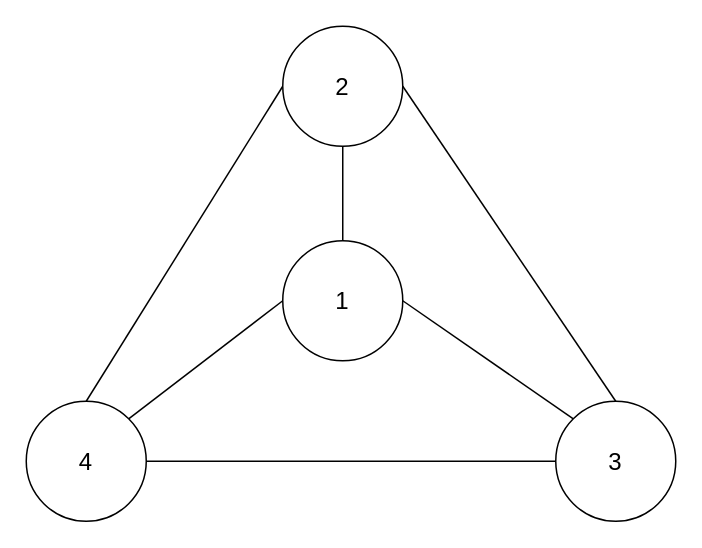
Above: Leetcode/1782.drawio in NoFruit/Draw.io (draw.io), before the change. Source tidied: cells renumbered, new cells numbered last; positions are measured from the earlier drawing's top-left corner, leaving out a move shared by most shapes. Both pictures are drawn from the tidied source at 150%, with x=0, y=0 at pixel (26, 26).
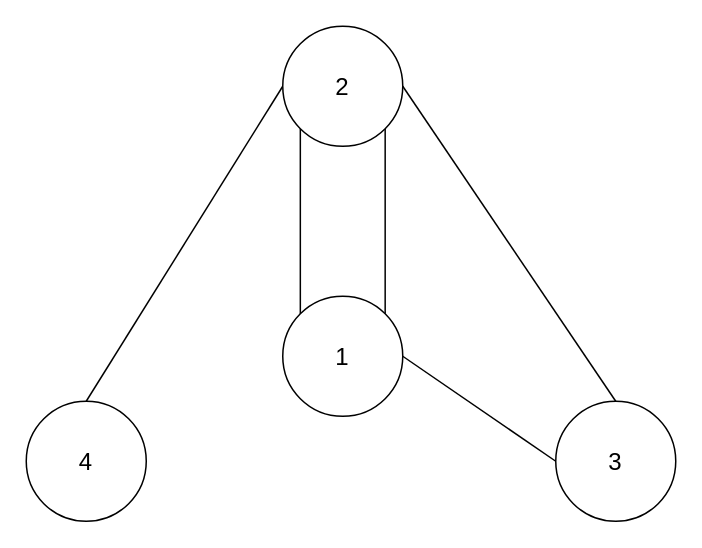
The same diagram, later.

The edit, as a diff of the source:
```diff
@@
 <mxGraphModel>
   <root>
     <mxCell id="0" />
     <mxCell id="1" parent="0" />
-    <mxCell id="2" style="edgeStyle=none;curved=1;rounded=0;jettySize=auto;html=1;exitX=0.5;exitY=0;exitDx=0;exitDy=0;entryX=0.5;entryY=1;entryDx=0;entryDy=0;fontSize=12;startSize=8;endSize=8;endArrow=none;endFill=0;" parent="1" edge="1" source="5" target="8">
+    <mxCell id="2" style="edgeStyle=none;curved=1;rounded=0;jettySize=auto;html=1;exitX=0;exitY=0;exitDx=0;exitDy=0;entryX=0;entryY=1;entryDx=0;entryDy=0;fontSize=12;startSize=8;endSize=8;endArrow=none;endFill=0;" parent="1" edge="1" source="5" target="8">
       <mxGeometry relative="1" as="geometry" />
     </mxCell>
-    <mxCell id="3" style="edgeStyle=none;curved=1;rounded=0;jettySize=auto;html=1;exitX=1;exitY=0.5;exitDx=0;exitDy=0;entryX=0;entryY=0;entryDx=0;entryDy=0;fontSize=12;startSize=8;endSize=8;endArrow=none;endFill=0;" parent="1" edge="1" source="5" target="9">
+    <mxCell id="3" style="edgeStyle=none;curved=1;rounded=0;jettySize=auto;html=1;exitX=1;exitY=0.5;exitDx=0;exitDy=0;entryX=0;entryY=0.5;entryDx=0;entryDy=0;fontSize=12;startSize=8;endSize=8;endArrow=none;endFill=0;" parent="1" edge="1" source="5" target="9">
       <mxGeometry relative="1" as="geometry" />
     </mxCell>
-    <mxCell id="4" style="edgeStyle=none;curved=1;rounded=0;jettySize=auto;html=1;exitX=0;exitY=0.5;exitDx=0;exitDy=0;entryX=1;entryY=0;entryDx=0;entryDy=0;fontSize=12;startSize=8;endSize=8;endArrow=none;endFill=0;" parent="1" edge="1" source="5" target="11">
-      <mxGeometry relative="1" as="geometry" />
-    </mxCell>
+    <mxCell id="12" style="jettySize=auto;html=1;exitX=1;exitY=0;exitDx=0;exitDy=0;entryX=1;entryY=1;entryDx=0;entryDy=0;curved=1;endArrow=none;endFill=0;" parent="1" edge="1" source="5" target="8">
+      <mxGeometry relative="1" as="geometry" />
+    </mxCell>
     <mxCell id="5" value="1" style="ellipse;whiteSpace=wrap;html=1;fontSize=16;" parent="1" vertex="1">
-      <mxGeometry x="171" y="143" width="80" height="80" as="geometry" />
+      <mxGeometry x="171" y="180" width="80" height="80" as="geometry" />
     </mxCell>
     <mxCell id="6" style="edgeStyle=none;curved=1;rounded=0;jettySize=auto;html=1;exitX=1;exitY=0.5;exitDx=0;exitDy=0;entryX=0.5;entryY=0;entryDx=0;entryDy=0;fontSize=12;startSize=8;endSize=8;endArrow=none;endFill=0;" parent="1" edge="1" source="8" target="9">
       <mxGeometry relative="1" as="geometry" />
     </mxCell>
     <mxCell id="7" style="edgeStyle=none;curved=1;rounded=0;jettySize=auto;html=1;exitX=0;exitY=0.5;exitDx=0;exitDy=0;entryX=0.5;entryY=0;entryDx=0;entryDy=0;fontSize=12;startSize=8;endSize=8;endArrow=none;endFill=0;" parent="1" edge="1" source="8" target="11">
       <mxGeometry relative="1" as="geometry" />
     </mxCell>
     <mxCell id="8" value="2" style="ellipse;whiteSpace=wrap;html=1;fontSize=16;" parent="1" vertex="1">
       <mxGeometry x="171" width="80" height="80" as="geometry" />
     </mxCell>
     <mxCell id="9" value="3" style="ellipse;whiteSpace=wrap;html=1;fontSize=16;" parent="1" vertex="1">
       <mxGeometry x="353" y="250" width="80" height="80" as="geometry" />
     </mxCell>
-    <mxCell id="10" style="edgeStyle=none;curved=1;rounded=0;jettySize=auto;html=1;exitX=1;exitY=0.5;exitDx=0;exitDy=0;entryX=0;entryY=0.5;entryDx=0;entryDy=0;fontSize=12;startSize=8;endSize=8;endArrow=none;endFill=0;" parent="1" edge="1" source="11" target="9">
-      <mxGeometry relative="1" as="geometry" />
-    </mxCell>
     <mxCell id="11" value="4" style="ellipse;whiteSpace=wrap;html=1;fontSize=16;" parent="1" vertex="1">
       <mxGeometry y="250" width="80" height="80" as="geometry" />
     </mxCell>
   </root>
 </mxGraphModel>
```
